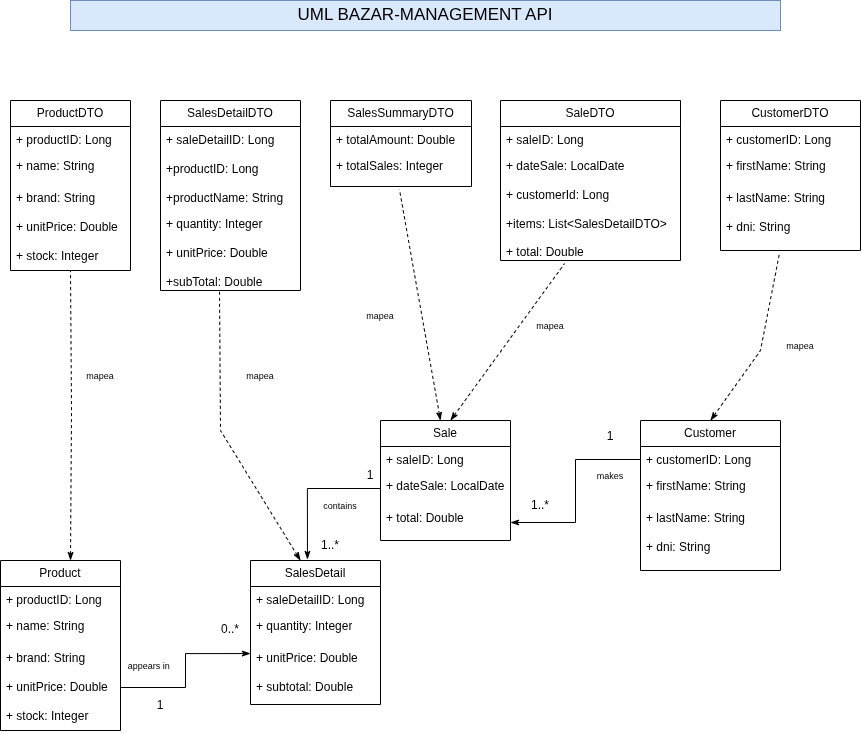
Above: UML Bazar-Management API.png in CamilaVHeuer/Bazar-Management-API (draw.io), before the change. Source tidied: cells renumbered, new cells last; positions are measured from the earlier drawing's top-left corner, leaving out a move shared by most shapes.
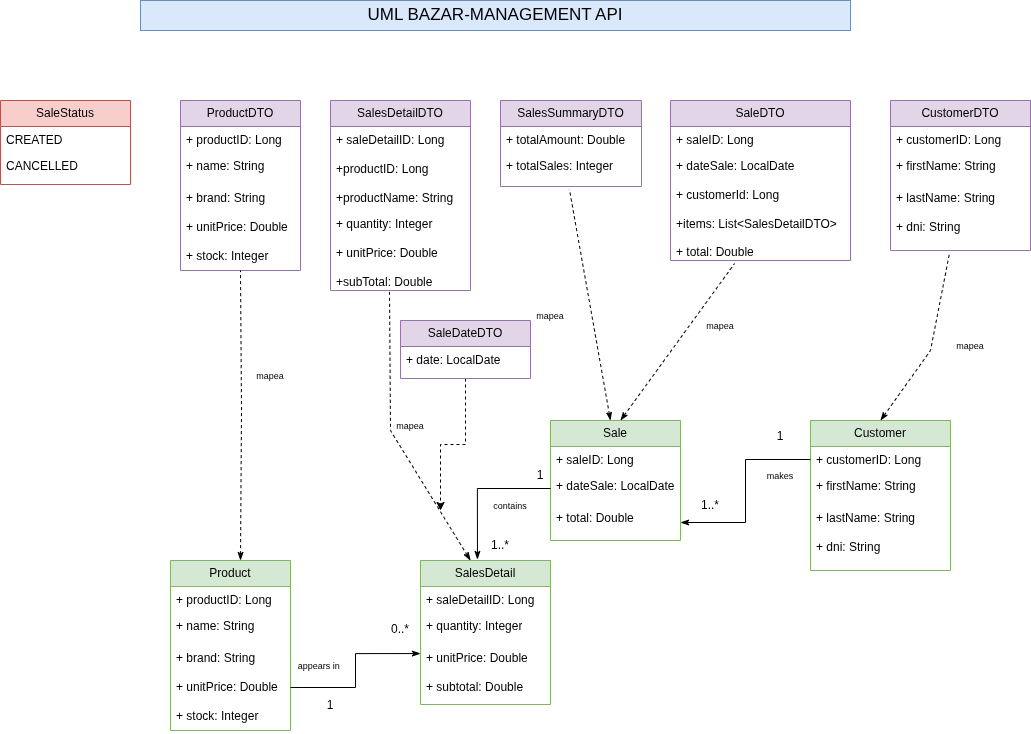
The same file after the commit.

Change to the diagram source:
```diff
@@ -2,7 +2,7 @@
   <root>
     <mxCell id="0" />
     <mxCell id="1" parent="0" />
-    <mxCell id="2" value="Product" style="swimlane;fontStyle=0;horizontal=1;startSize=26;fillColor=none;whiteSpace=wrap;html=1;" parent="1" vertex="1">
+    <mxCell id="2" value="Product" style="swimlane;fontStyle=0;horizontal=1;startSize=26;fillColor=#d5e8d4;whiteSpace=wrap;html=1;strokeColor=#82b366;" parent="1" vertex="1">
       <mxGeometry y="560" width="120" height="170" as="geometry" />
     </mxCell>
     <mxCell id="3" value="+ productID: Long" style="text;strokeColor=none;fillColor=none;align=left;verticalAlign=top;spacingLeft=4;spacingRight=4;overflow=hidden;whiteSpace=wrap;html=1;" parent="2" vertex="1">
@@ -11,7 +11,7 @@
     <mxCell id="4" value="+ name: String&lt;div&gt;&lt;br&gt;&lt;/div&gt;" style="text;strokeColor=none;fillColor=none;align=left;verticalAlign=top;spacingLeft=4;spacingRight=4;overflow=hidden;whiteSpace=wrap;html=1;" parent="2" vertex="1">
       <mxGeometry y="52" width="120" height="118" as="geometry" />
     </mxCell>
-    <mxCell id="5" value="Sale" style="swimlane;fontStyle=0;horizontal=1;startSize=26;fillColor=none;whiteSpace=wrap;html=1;" parent="1" vertex="1">
+    <mxCell id="5" value="Sale" style="swimlane;fontStyle=0;horizontal=1;startSize=26;fillColor=#d5e8d4;whiteSpace=wrap;html=1;strokeColor=#82b366;" parent="1" vertex="1">
       <mxGeometry x="380" y="420" width="130" height="120" as="geometry" />
     </mxCell>
     <mxCell id="6" value="+ saleID: Long" style="text;strokeColor=none;fillColor=none;align=left;verticalAlign=top;spacingLeft=4;spacingRight=4;overflow=hidden;whiteSpace=wrap;html=1;" parent="5" vertex="1">
@@ -23,7 +23,7 @@
     <mxCell id="8" value="&lt;div&gt;+ total: Double&lt;/div&gt;&lt;div&gt;&lt;br&gt;&lt;div&gt;&lt;br&gt;&lt;/div&gt;&lt;/div&gt;" style="text;strokeColor=none;fillColor=none;align=left;verticalAlign=top;spacingLeft=4;spacingRight=4;overflow=hidden;points=[[0,0.5],[1,0.5]];portConstraint=eastwest;whiteSpace=wrap;html=1;" parent="5" vertex="1">
       <mxGeometry y="84" width="130" height="36" as="geometry" />
     </mxCell>
-    <mxCell id="9" value="Customer" style="swimlane;fontStyle=0;horizontal=1;startSize=26;fillColor=none;whiteSpace=wrap;html=1;" parent="1" vertex="1">
+    <mxCell id="9" value="Customer" style="swimlane;fontStyle=0;horizontal=1;startSize=26;fillColor=#d5e8d4;whiteSpace=wrap;html=1;strokeColor=#82b366;" parent="1" vertex="1">
       <mxGeometry x="640" y="420" width="140" height="150" as="geometry" />
     </mxCell>
     <mxCell id="10" value="+ customerID: Long" style="text;strokeColor=none;fillColor=none;align=left;verticalAlign=top;spacingLeft=4;spacingRight=4;overflow=hidden;points=[[0,0.5],[1,0.5]];portConstraint=eastwest;whiteSpace=wrap;html=1;" parent="9" vertex="1">
@@ -47,7 +47,7 @@
     <mxCell id="16" value="0..*" style="text;html=1;whiteSpace=wrap;strokeColor=none;fillColor=none;align=center;verticalAlign=middle;rounded=0;" parent="1" vertex="1">
       <mxGeometry x="200" y="614" width="60" height="30" as="geometry" />
     </mxCell>
-    <mxCell id="17" value="SalesDetail" style="swimlane;fontStyle=0;horizontal=1;startSize=26;fillColor=none;whiteSpace=wrap;html=1;" parent="1" vertex="1">
+    <mxCell id="17" value="SalesDetail" style="swimlane;fontStyle=0;horizontal=1;startSize=26;fillColor=#d5e8d4;whiteSpace=wrap;html=1;strokeColor=#82b366;" parent="1" vertex="1">
       <mxGeometry x="250" y="560" width="130" height="144" as="geometry" />
     </mxCell>
     <mxCell id="18" value="+ saleDetailID: Long" style="text;strokeColor=none;fillColor=none;align=left;verticalAlign=top;spacingLeft=4;spacingRight=4;overflow=hidden;whiteSpace=wrap;html=1;" parent="17" vertex="1">
@@ -74,7 +74,7 @@
     <mxCell id="25" value="+ brand: String&lt;div&gt;&lt;br&gt;&lt;div&gt;+ unitPrice: Double&lt;/div&gt;&lt;div&gt;&lt;br&gt;&lt;/div&gt;&lt;div&gt;+ stock: Integer&lt;/div&gt;&lt;/div&gt;&lt;div&gt;&lt;br&gt;&lt;/div&gt;" style="text;strokeColor=none;fillColor=none;align=left;verticalAlign=top;spacingLeft=4;spacingRight=4;overflow=hidden;points=[[0,0.5],[1,0.5]];portConstraint=eastwest;whiteSpace=wrap;html=1;" parent="1" vertex="1">
       <mxGeometry y="644" width="120" height="86" as="geometry" />
     </mxCell>
-    <mxCell id="26" value="SaleDTO" style="swimlane;fontStyle=0;horizontal=1;startSize=26;fillColor=none;whiteSpace=wrap;html=1;" parent="1" vertex="1">
+    <mxCell id="26" value="SaleDTO" style="swimlane;fontStyle=0;horizontal=1;startSize=26;fillColor=#e1d5e7;whiteSpace=wrap;html=1;strokeColor=#9673a6;" parent="1" vertex="1">
       <mxGeometry x="500" y="100" width="180" height="160" as="geometry" />
     </mxCell>
     <mxCell id="27" value="+ saleID: Long" style="text;strokeColor=none;fillColor=none;align=left;verticalAlign=top;spacingLeft=4;spacingRight=4;overflow=hidden;whiteSpace=wrap;html=1;" parent="26" vertex="1">
@@ -83,7 +83,7 @@
     <mxCell id="28" value="+ dateSale: LocalDate&lt;div&gt;&lt;br&gt;&lt;div&gt;+ customerId: Long&amp;nbsp;&lt;/div&gt;&lt;div&gt;&lt;br&gt;&lt;/div&gt;&lt;div&gt;&lt;div&gt;+items: List&amp;lt;SalesDetailDTO&amp;gt;&lt;/div&gt;&lt;div&gt;&lt;br&gt;&lt;/div&gt;&lt;div&gt;+ total: Double&lt;/div&gt;&lt;div&gt;&lt;br&gt;&lt;div&gt;&lt;br&gt;&lt;/div&gt;&lt;/div&gt;&lt;/div&gt;&lt;div&gt;&lt;br&gt;&lt;/div&gt;&lt;/div&gt;" style="text;strokeColor=none;fillColor=none;align=left;verticalAlign=top;spacingLeft=4;spacingRight=4;overflow=hidden;points=[[0,0.5],[1,0.5]];portConstraint=eastwest;whiteSpace=wrap;html=1;" parent="26" vertex="1">
       <mxGeometry y="52" width="180" height="108" as="geometry" />
     </mxCell>
-    <mxCell id="29" value="CustomerDTO" style="swimlane;fontStyle=0;horizontal=1;startSize=26;fillColor=none;whiteSpace=wrap;html=1;" parent="1" vertex="1">
+    <mxCell id="29" value="CustomerDTO" style="swimlane;fontStyle=0;horizontal=1;startSize=26;fillColor=#e1d5e7;whiteSpace=wrap;html=1;strokeColor=#9673a6;" parent="1" vertex="1">
       <mxGeometry x="720" y="100" width="140" height="150" as="geometry" />
     </mxCell>
     <mxCell id="30" value="+ customerID: Long" style="text;strokeColor=none;fillColor=none;align=left;verticalAlign=top;spacingLeft=4;spacingRight=4;overflow=hidden;whiteSpace=wrap;html=1;" parent="29" vertex="1">
@@ -95,7 +95,7 @@
     <mxCell id="32" value="+ lastName: String&lt;div&gt;&lt;br&gt;&lt;div&gt;+ dni: String&lt;/div&gt;&lt;/div&gt;&lt;div&gt;&lt;br&gt;&lt;/div&gt;&lt;div&gt;&lt;br&gt;&lt;/div&gt;" style="text;strokeColor=none;fillColor=none;align=left;verticalAlign=top;spacingLeft=4;spacingRight=4;overflow=hidden;points=[[0,0.5],[1,0.5]];portConstraint=eastwest;whiteSpace=wrap;html=1;" parent="29" vertex="1">
       <mxGeometry y="84" width="140" height="66" as="geometry" />
     </mxCell>
-    <mxCell id="33" value="ProductDTO" style="swimlane;fontStyle=0;horizontal=1;startSize=26;fillColor=none;whiteSpace=wrap;html=1;" parent="1" vertex="1">
+    <mxCell id="33" value="ProductDTO" style="swimlane;fontStyle=0;horizontal=1;startSize=26;fillColor=#e1d5e7;whiteSpace=wrap;html=1;strokeColor=#9673a6;" parent="1" vertex="1">
       <mxGeometry x="10" y="100" width="120" height="170" as="geometry" />
     </mxCell>
     <mxCell id="34" value="+ productID: Long" style="text;strokeColor=none;fillColor=none;align=left;verticalAlign=top;spacingLeft=4;spacingRight=4;overflow=hidden;whiteSpace=wrap;html=1;" parent="33" vertex="1">
@@ -107,7 +107,7 @@
     <mxCell id="36" value="+ brand: String&lt;div&gt;&lt;br&gt;&lt;div&gt;+ unitPrice: Double&lt;/div&gt;&lt;div&gt;&lt;br&gt;&lt;/div&gt;&lt;div&gt;+ stock: Integer&lt;/div&gt;&lt;/div&gt;&lt;div&gt;&lt;br&gt;&lt;/div&gt;" style="text;strokeColor=none;fillColor=none;align=left;verticalAlign=top;spacingLeft=4;spacingRight=4;overflow=hidden;whiteSpace=wrap;html=1;" parent="1" vertex="1">
       <mxGeometry x="10" y="184" width="120" height="86" as="geometry" />
     </mxCell>
-    <mxCell id="37" value="SalesDetailDTO" style="swimlane;fontStyle=0;horizontal=1;startSize=26;fillColor=none;whiteSpace=wrap;html=1;" parent="1" vertex="1">
+    <mxCell id="37" value="SalesDetailDTO" style="swimlane;fontStyle=0;horizontal=1;startSize=26;fillColor=#e1d5e7;whiteSpace=wrap;html=1;strokeColor=#9673a6;" parent="1" vertex="1">
       <mxGeometry x="160" y="100" width="140" height="190" as="geometry" />
     </mxCell>
     <mxCell id="38" value="+ saleDetailID: Long&lt;div&gt;&lt;br&gt;&lt;/div&gt;&lt;div&gt;+productID: Long&lt;/div&gt;&lt;div&gt;&lt;br&gt;&lt;/div&gt;&lt;div&gt;+productName: String&amp;nbsp;&lt;/div&gt;" style="text;strokeColor=none;fillColor=none;align=left;verticalAlign=top;spacingLeft=4;spacingRight=4;overflow=hidden;whiteSpace=wrap;html=1;" parent="37" vertex="1">
@@ -116,7 +116,7 @@
     <mxCell id="39" value="+ quantity: Integer&lt;div&gt;&lt;br&gt;&lt;/div&gt;&lt;div&gt;+ unitPrice: Double&lt;/div&gt;&lt;div&gt;&lt;br&gt;&lt;/div&gt;&lt;div&gt;+subTotal: Double&lt;br&gt;&lt;div&gt;&lt;span style=&quot;color: rgba(0, 0, 0, 0); font-family: monospace; font-size: 0px; text-wrap-mode: nowrap;&quot;&gt;%3CmxGraphModel%3E%3Croot%3E%3CmxCell%20id%3D%220%22%2F%3E%3CmxCell%20id%3D%221%22%20parent%3D%220%22%2F%3E%3CmxCell%20id%3D%222%22%20parent%3D%221%22%20style%3D%22text%3BstrokeColor%3Dnone%3BfillColor%3Dnone%3Balign%3Dleft%3BverticalAlign%3Dtop%3BspacingLeft%3D4%3BspacingRight%3D4%3Boverflow%3Dhidden%3Brotatable%3D0%3Bpoints%3D%5B%5B0%2C0.5%5D%2C%5B1%2C0.5%5D%5D%3BportConstraint%3Deastwest%3BwhiteSpace%3Dwrap%3Bhtml%3D1%3B%22%20value%3D%22%26lt%3Bdiv%26gt%3B%2B%20unitPrice%3A%20Double%26lt%3B%2Fdiv%26gt%3B%26lt%3Bdiv%26gt%3B%26lt%3Bbr%26gt%3B%26lt%3Bdiv%26gt%3B%2B%20subtotal%3A%20Double%26lt%3B%2Fdiv%26gt%3B%26lt%3Bdiv%26gt%3B%26lt%3Bbr%26gt%3B%26lt%3B%2Fdiv%26gt%3B%26lt%3B%2Fdiv%26gt%3B%22%20vertex%3D%221%22%3E%3CmxGeometry%20height%3D%2286%22%20width%3D%22130%22%20x%3D%2210%22%20y%3D%22244%22%20as%3D%22geometry%22%2F%3E%3C%2FmxCell%3E%3C%2Froot%3E%3C%2FmxGraphModel%3E&lt;/span&gt;&lt;span style=&quot;color: rgba(0, 0, 0, 0); font-family: monospace; font-size: 0px; text-wrap-mode: nowrap;&quot;&gt;%3CmxGraphModel%3E%3Croot%3E%3CmxCell%20id%3D%220%22%2F%3E%3CmxCell%20id%3D%221%22%20parent%3D%220%22%2F%3E%3CmxCell%20id%3D%222%22%20parent%3D%221%22%20style%3D%22text%3BstrokeColor%3Dnone%3BfillColor%3Dnone%3Balign%3Dleft%3BverticalAlign%3Dtop%3BspacingLeft%3D4%3BspacingRight%3D4%3Boverflow%3Dhidden%3Brotatable%3D0%3Bpoints%3D%5B%5B0%2C0.5%5D%2C%5B1%2C0.5%5D%5D%3BportConstraint%3Deastwest%3BwhiteSpace%3Dwrap%3Bhtml%3D1%3B%22%20value%3D%22%26lt%3Bdiv%26gt%3B%2B%20unitPrice%3A%20Double%26lt%3B%2Fdiv%26gt%3B%26lt%3Bdiv%26gt%3B%26lt%3Bbr%26gt%3B%26lt%3Bdiv%26gt%3B%2B%20subtotal%3A%20Double%26lt%3B%2Fdiv%26gt%3B%26lt%3Bdiv%26gt%3B%26lt%3Bbr%26gt%3B%26lt%3B%2Fdiv%26gt%3B%26lt%3B%2Fdiv%26gt%3B%22%20vertex%3D%221%22%3E%3CmxGeometry%20height%3D%2286%22%20width%3D%22130%22%20x%3D%2210%22%20y%3D%22244%22%20as%3D%22geometry%22%2F%3E%3C%2FmxCell%3E%3C%2Froot%3E%3C%2FmxGraphModel%3E&lt;/span&gt;&lt;br&gt;&lt;div&gt;&lt;span style=&quot;color: rgba(0, 0, 0, 0); font-family: monospace; font-size: 0px; text-wrap-mode: nowrap;&quot;&gt;%3CmxGraphModel%3E%3Croot%3E%3CmxCell%20id%3D%220%22%2F%3E%3CmxCell%20id%3D%221%22%20parent%3D%220%22%2F%3E%3CmxCell%20id%3D%222%22%20parent%3D%221%22%20style%3D%22text%3BstrokeColor%3Dnone%3BfillColor%3Dnone%3Balign%3Dleft%3BverticalAlign%3Dtop%3BspacingLeft%3D4%3BspacingRight%3D4%3Boverflow%3Dhidden%3Brotatable%3D0%3Bpoints%3D%5B%5B0%2C0.5%5D%2C%5B1%2C0.5%5D%5D%3BportConstraint%3Deastwest%3BwhiteSpace%3Dwrap%3Bhtml%3D1%3B%22%20value%3D%22%26lt%3Bdiv%26gt%3B%2B%20unitPrice%3A%20Double%26lt%3B%2Fdiv%26gt%3B%26lt%3Bdiv%26gt%3B%26lt%3Bbr%26gt%3B%26lt%3Bdiv%26gt%3B%2B%20subtotal%3A%20Double%26lt%3B%2Fdiv%26gt%3B%26lt%3Bdiv%26gt%3B%26lt%3Bbr%26gt%3B%26lt%3B%2Fdiv%26gt%3B%26lt%3B%2Fdiv%26gt%3B%22%20vertex%3D%221%22%3E%3CmxGeometry%20height%3D%2286%22%20width%3D%22130%22%20x%3D%2210%22%20y%3D%22244%22%20as%3D%22geometry%22%2F%3E%3C%2FmxCell%3E%3C%2Froot%3E%3C%2FmxGraphModel%3E&lt;/span&gt;&lt;/div&gt;&lt;/div&gt;&lt;/div&gt;" style="text;strokeColor=none;fillColor=none;align=left;verticalAlign=top;spacingLeft=4;spacingRight=4;overflow=hidden;whiteSpace=wrap;html=1;" parent="37" vertex="1">
       <mxGeometry y="110" width="140" height="80" as="geometry" />
     </mxCell>
-    <mxCell id="40" value="SalesSummaryDTO" style="swimlane;fontStyle=0;horizontal=1;startSize=26;fillColor=none;whiteSpace=wrap;html=1;" parent="1" vertex="1">
+    <mxCell id="40" value="SalesSummaryDTO" style="swimlane;fontStyle=0;horizontal=1;startSize=26;fillColor=#e1d5e7;whiteSpace=wrap;html=1;strokeColor=#9673a6;" parent="1" vertex="1">
       <mxGeometry x="330" y="100" width="141" height="86" as="geometry" />
     </mxCell>
     <mxCell id="41" value="&lt;div&gt;+ totalAmount: Double&lt;/div&gt;&lt;div&gt;&lt;br&gt;&lt;div&gt;&lt;br&gt;&lt;/div&gt;&lt;/div&gt;" style="text;strokeColor=none;fillColor=none;align=left;verticalAlign=top;spacingLeft=4;spacingRight=4;overflow=hidden;whiteSpace=wrap;html=1;" parent="40" vertex="1">
@@ -167,7 +167,7 @@
       <mxGeometry x="70" y="360" width="60" height="30" as="geometry" />
     </mxCell>
     <mxCell id="50" value="&lt;font style=&quot;font-size: 9px;&quot;&gt;mapea&lt;/font&gt;" style="text;html=1;whiteSpace=wrap;strokeColor=none;fillColor=none;align=center;verticalAlign=middle;rounded=0;" parent="1" vertex="1">
-      <mxGeometry x="230" y="360" width="60" height="30" as="geometry" />
+      <mxGeometry x="210" y="410" width="60" height="30" as="geometry" />
     </mxCell>
     <mxCell id="51" value="&lt;font style=&quot;font-size: 9px;&quot;&gt;mapea&lt;/font&gt;" style="text;html=1;whiteSpace=wrap;strokeColor=none;fillColor=none;align=center;verticalAlign=middle;rounded=0;" parent="1" vertex="1">
       <mxGeometry x="350" y="300" width="60" height="30" as="geometry" />
@@ -188,7 +188,27 @@
       <mxGeometry x="580" y="460" width="60" height="30" as="geometry" />
     </mxCell>
     <mxCell id="57" value="&lt;font style=&quot;font-size: 17px;&quot;&gt;UML BAZAR-MANAGEMENT API&lt;/font&gt;" style="text;html=1;whiteSpace=wrap;strokeColor=#6c8ebf;fillColor=#dae8fc;align=center;verticalAlign=middle;rounded=0;" parent="1" vertex="1">
-      <mxGeometry x="70" width="710" height="30" as="geometry" />
+      <mxGeometry x="-30" width="710" height="30" as="geometry" />
     </mxCell>
+    <mxCell id="58" value="SaleStatus" style="swimlane;fontStyle=0;horizontal=1;startSize=26;fillColor=#f8cecc;whiteSpace=wrap;html=1;strokeColor=#b85450;" parent="1" vertex="1">
+      <mxGeometry x="-170" y="100" width="130" height="84" as="geometry" />
+    </mxCell>
+    <mxCell id="59" value="CREATED" style="text;strokeColor=none;fillColor=none;align=left;verticalAlign=top;spacingLeft=4;spacingRight=4;overflow=hidden;whiteSpace=wrap;html=1;" parent="58" vertex="1">
+      <mxGeometry y="26" width="130" height="26" as="geometry" />
+    </mxCell>
+    <mxCell id="60" value="CANCELLED" style="text;strokeColor=none;fillColor=none;align=left;verticalAlign=top;spacingLeft=4;spacingRight=4;overflow=hidden;whiteSpace=wrap;html=1;" parent="58" vertex="1">
+      <mxGeometry y="52" width="130" height="32" as="geometry" />
+    </mxCell>
+    <mxCell id="61" style="edgeStyle=orthogonalEdgeStyle;rounded=0;jettySize=auto;html=1;dashed=1;" parent="1" edge="1" source="62">
+      <mxGeometry relative="1" as="geometry">
+        <mxPoint x="270" y="510" as="targetPoint" />
+      </mxGeometry>
+    </mxCell>
+    <mxCell id="62" value="SaleDateDTO" style="swimlane;fontStyle=0;horizontal=1;startSize=26;fillColor=#e1d5e7;whiteSpace=wrap;html=1;strokeColor=#9673a6;" parent="1" vertex="1">
+      <mxGeometry x="230" y="320" width="130" height="58" as="geometry" />
+    </mxCell>
+    <mxCell id="63" value="+ date: LocalDate" style="text;strokeColor=none;fillColor=none;align=left;verticalAlign=top;spacingLeft=4;spacingRight=4;overflow=hidden;whiteSpace=wrap;html=1;" parent="62" vertex="1">
+      <mxGeometry y="26" width="130" height="32" as="geometry" />
+    </mxCell>
   </root>
 </mxGraphModel>
```
